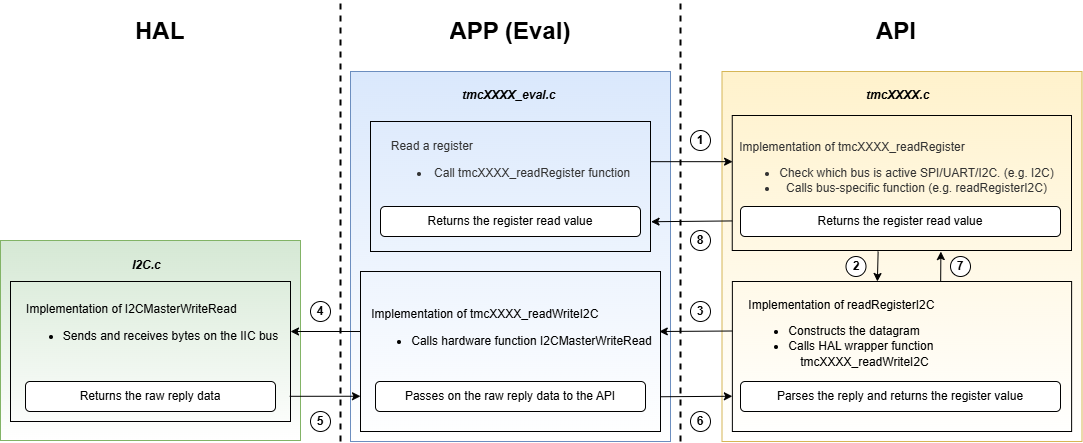
Earlier version of the draw.io export tmc/ic/MAX22215/registercall_hierarchy_flowchart_I2C.png (analogdevicesinc/TMC-API). Source tidied: cells renumbered, new cells last; positions are measured from the earlier drawing's top-left corner, leaving out a move shared by most shapes.
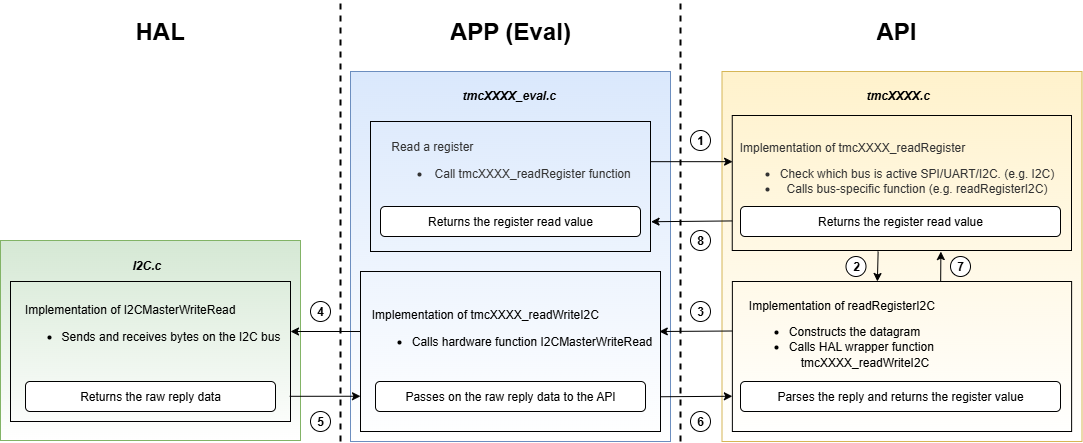
The same file after the commit.

Diff of the diagram source:
```diff
@@ -89,7 +89,7 @@
     <mxCell id="28" style="rounded=0;whiteSpace=wrap;html=1;fillColor=none;" parent="1" vertex="1">
       <mxGeometry x="10" y="280" width="280" height="140" as="geometry" />
     </mxCell>
-    <mxCell id="29" value="&lt;div style=&quot;text-align: left;&quot;&gt;&lt;br&gt;&lt;/div&gt;&lt;div style=&quot;text-align: left;&quot;&gt;&amp;nbsp;Implementation of&amp;nbsp;I2CMasterWriteRead&lt;/div&gt;&lt;div style=&quot;text-align: left;&quot;&gt;&lt;ul&gt;&lt;li&gt;&lt;span style=&quot;text-align: justify; background-color: initial;&quot;&gt;Sends and receives bytes on the IIC bus&lt;/span&gt;&lt;/li&gt;&lt;/ul&gt;&lt;/div&gt;" style="text;html=1;align=center;verticalAlign=middle;strokeColor=none;fillColor=none;" parent="1" vertex="1">
+    <mxCell id="29" value="&lt;div style=&quot;text-align: left;&quot;&gt;&lt;br&gt;&lt;/div&gt;&lt;div style=&quot;text-align: left;&quot;&gt;&amp;nbsp;Implementation of&amp;nbsp;I2CMasterWriteRead&lt;/div&gt;&lt;div style=&quot;text-align: left;&quot;&gt;&lt;ul&gt;&lt;li&gt;&lt;span style=&quot;text-align: justify; background-color: initial;&quot;&gt;Sends and receives bytes on the I2C bus&lt;/span&gt;&lt;/li&gt;&lt;/ul&gt;&lt;/div&gt;" style="text;html=1;align=center;verticalAlign=middle;strokeColor=none;fillColor=none;" parent="1" vertex="1">
       <mxGeometry x="10" y="280" width="280" height="80" as="geometry" />
     </mxCell>
     <mxCell id="30" value="&lt;span style=&quot;background-color: initial;&quot;&gt;Returns the raw reply data&lt;/span&gt;" style="rounded=1;whiteSpace=wrap;html=1;align=center;" parent="1" vertex="1">
```
